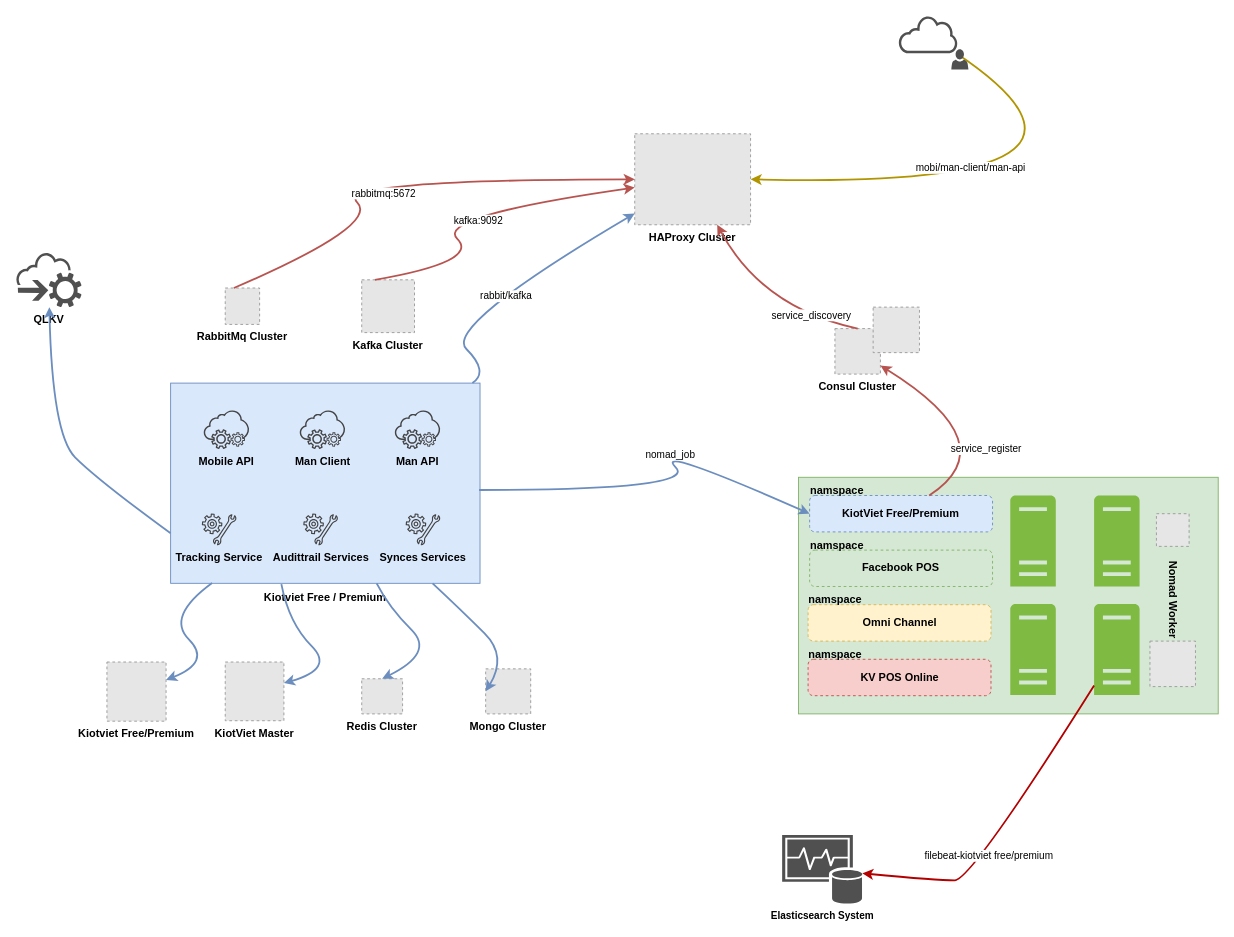
khinhvuphiduong/diagrams.net keeps this draw.io diagram as page "KiotViet Free/Premium" (1 of 5) of KOL.drawio. Above is the earlier version. Source tidied: cells renumbered, new cells numbered last; positions are measured from the earlier drawing's top-left corner, leaving out a move shared by most shapes. Both pictures are drawn from the tidied source at 91%, with x=0, y=0 at pixel (15, 15). Pictures stored in the file or linked from it are replaced by grey dashed boxes.
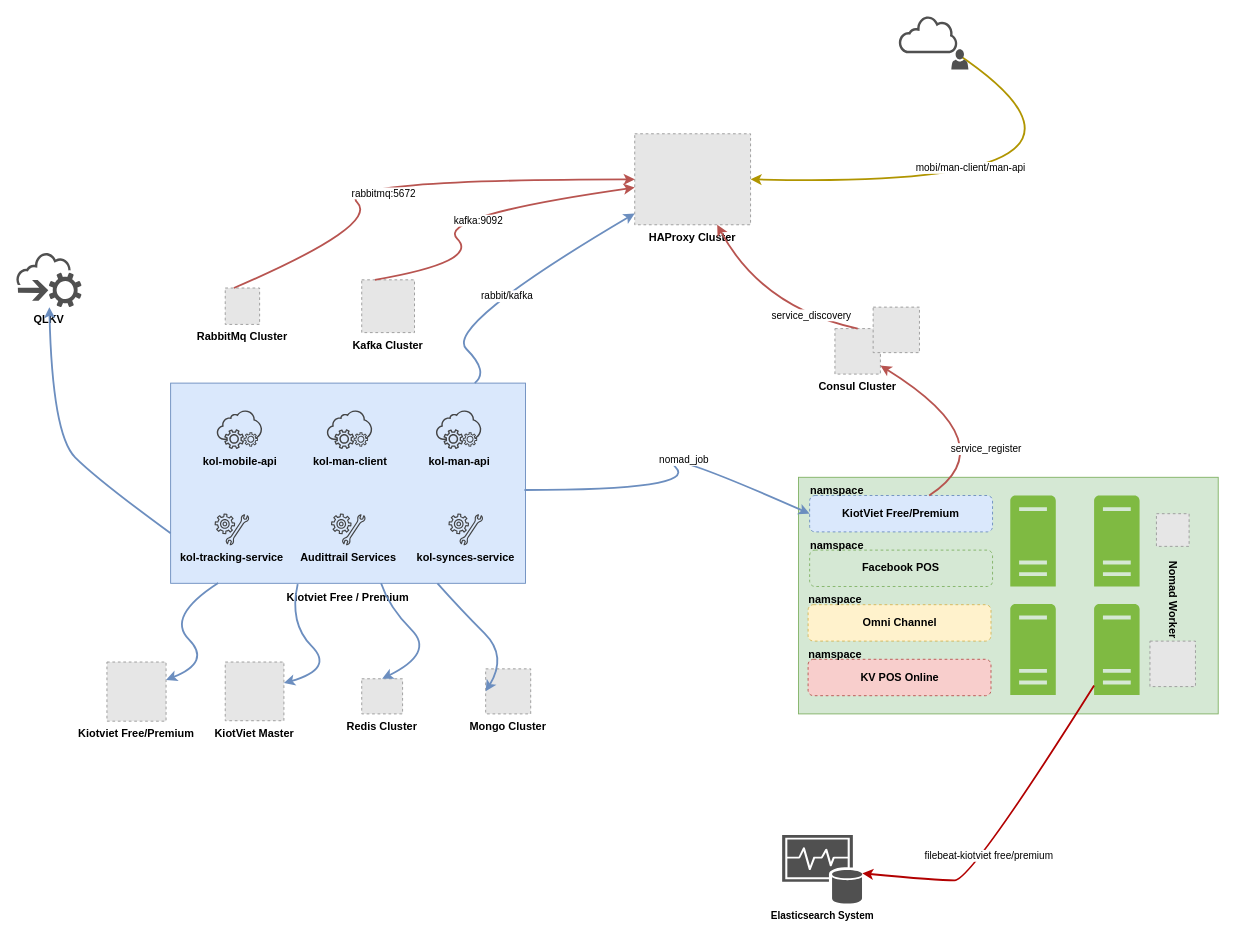
The same page after the edit.

What changed in the source:
```diff
@@
     <mxCell id="29" style="group;" parent="1" vertex="1">
-      <mxGeometry x="170" y="403.5" width="340" height="250" as="geometry" />
+      <mxGeometry x="170" y="403.5" width="390" height="250" as="geometry" />
     </mxCell>
     <mxCell id="30" style="rounded=0;whiteSpace=wrap;html=1;fillColor=#dae8fc;strokeColor=#6c8ebf;" parent="29" vertex="1">
-      <mxGeometry width="340" height="220" as="geometry" />
+      <mxGeometry width="390" height="220" as="geometry" />
     </mxCell>
     <mxCell id="31" style="group;" parent="29" vertex="1">
-      <mxGeometry x="34.3" y="30" width="262.1" height="160" as="geometry" />
+      <mxGeometry x="48.3" y="30" width="300.6" height="160" as="geometry" />
     </mxCell>
     <mxCell id="32" value="Audittrail Services" style="sketch=0;shadow=0;dashed=0;html=1;strokeColor=none;fillColor=#434445;labelPosition=center;verticalLabelPosition=bottom;verticalAlign=top;align=center;shape=mxgraph.vvd.guest_agent_customization;fontStyle=1;" parent="31" vertex="1">
-      <mxGeometry x="111.5" y="113.3" width="38" height="35" as="geometry" />
+      <mxGeometry x="127.9" y="113.3" width="38" height="35" as="geometry" />
     </mxCell>
-    <mxCell id="33" value="Tracking Service" style="sketch=0;shadow=0;dashed=0;html=1;strokeColor=none;fillColor=#434445;labelPosition=center;verticalLabelPosition=bottom;verticalAlign=top;align=center;shape=mxgraph.vvd.guest_agent_customization;fontStyle=1;" parent="31" vertex="1">
+    <mxCell id="33" value="kol-tracking-service" style="sketch=0;shadow=0;dashed=0;html=1;strokeColor=none;fillColor=#434445;labelPosition=center;verticalLabelPosition=bottom;verticalAlign=top;align=center;shape=mxgraph.vvd.guest_agent_customization;fontStyle=1;" parent="31" vertex="1">
       <mxGeometry y="113.3" width="38" height="35" as="geometry" />
     </mxCell>
-    <mxCell id="34" value="Man API" style="sketch=0;shadow=0;dashed=0;html=1;strokeColor=none;fillColor=#434445;labelPosition=center;verticalLabelPosition=bottom;verticalAlign=top;align=center;shape=mxgraph.vvd.on_demand_self_service;fontStyle=1;" parent="31" vertex="1">
-      <mxGeometry x="212.1" width="50" height="42.5" as="geometry" />
+    <mxCell id="34" value="kol-man-api" style="sketch=0;shadow=0;dashed=0;html=1;strokeColor=none;fillColor=#434445;labelPosition=center;verticalLabelPosition=bottom;verticalAlign=top;align=center;shape=mxgraph.vvd.on_demand_self_service;fontStyle=1;" parent="31" vertex="1">
+      <mxGeometry x="243.3" width="50" height="42.5" as="geometry" />
     </mxCell>
-    <mxCell id="35" value="Synces Services" style="sketch=0;shadow=0;dashed=0;html=1;strokeColor=none;fillColor=#434445;labelPosition=center;verticalLabelPosition=bottom;verticalAlign=top;align=center;shape=mxgraph.vvd.guest_agent_customization;fontStyle=1;" parent="31" vertex="1">
-      <mxGeometry x="224" y="113.3" width="38" height="35" as="geometry" />
+    <mxCell id="35" value="kol-synces-service" style="sketch=0;shadow=0;dashed=0;html=1;strokeColor=none;fillColor=#434445;labelPosition=center;verticalLabelPosition=bottom;verticalAlign=top;align=center;shape=mxgraph.vvd.guest_agent_customization;fontStyle=1;" parent="31" vertex="1">
+      <mxGeometry x="257" y="113.3" width="38" height="35" as="geometry" />
     </mxCell>
-    <mxCell id="36" value="Mobile API" style="sketch=0;shadow=0;dashed=0;html=1;strokeColor=none;fillColor=#434445;labelPosition=center;verticalLabelPosition=bottom;verticalAlign=top;align=center;shape=mxgraph.vvd.on_demand_self_service;fontStyle=1;" parent="31" vertex="1">
-      <mxGeometry x="2.1" width="50" height="42.5" as="geometry" />
+    <mxCell id="36" value="kol-mobile-api" style="sketch=0;shadow=0;dashed=0;html=1;strokeColor=none;fillColor=#434445;labelPosition=center;verticalLabelPosition=bottom;verticalAlign=top;align=center;shape=mxgraph.vvd.on_demand_self_service;fontStyle=1;" parent="31" vertex="1">
+      <mxGeometry x="2.4" width="50" height="42.5" as="geometry" />
     </mxCell>
-    <mxCell id="37" value="Man Client" style="sketch=0;shadow=0;dashed=0;html=1;strokeColor=none;fillColor=#434445;labelPosition=center;verticalLabelPosition=bottom;verticalAlign=top;align=center;shape=mxgraph.vvd.on_demand_self_service;fontStyle=1;" parent="31" vertex="1">
-      <mxGeometry x="107.6" width="50" height="42.5" as="geometry" />
+    <mxCell id="37" value="kol-man-client" style="sketch=0;shadow=0;dashed=0;html=1;strokeColor=none;fillColor=#434445;labelPosition=center;verticalLabelPosition=bottom;verticalAlign=top;align=center;shape=mxgraph.vvd.on_demand_self_service;fontStyle=1;" parent="31" vertex="1">
+      <mxGeometry x="123.4" width="50" height="42.5" as="geometry" />
     </mxCell>
     <mxCell id="38" value="Kiotviet Free / Premium" style="text;html=1;strokeColor=none;fillColor=none;align=center;verticalAlign=middle;whiteSpace=wrap;rounded=0;fontStyle=1;" parent="29" vertex="1">
-      <mxGeometry x="95" y="220" width="150" height="30" as="geometry" />
+      <mxGeometry x="109" y="220" width="172.1" height="30" as="geometry" />
     </mxCell>
```
